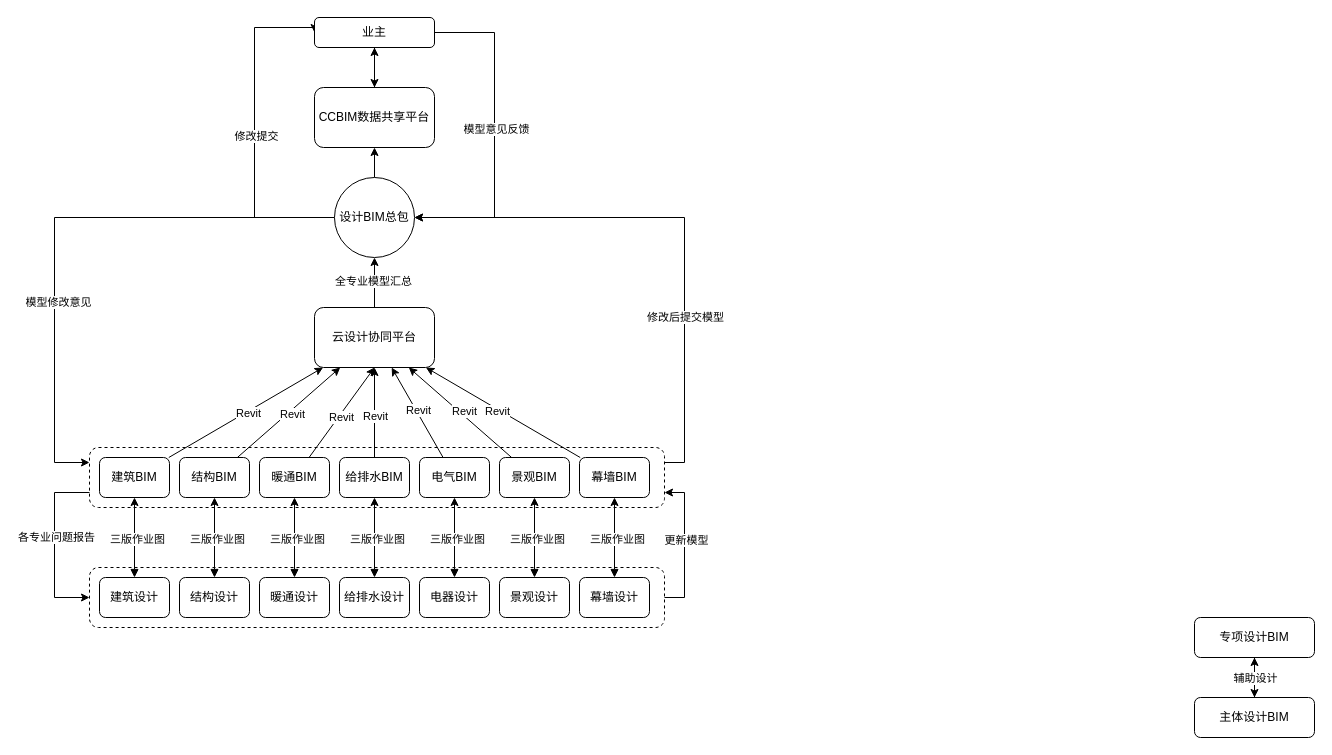
gaochaowyq/MinderGraph keeps this draw.io diagram as BIM总包.drawio. Above is the earlier version. Source tidied: cells renumbered, new cells numbered last; positions are measured from the earlier drawing's top-left corner, leaving out a move shared by most shapes. Both pictures are drawn from the tidied source at 100%, with x=0, y=0 at pixel (54, 17).
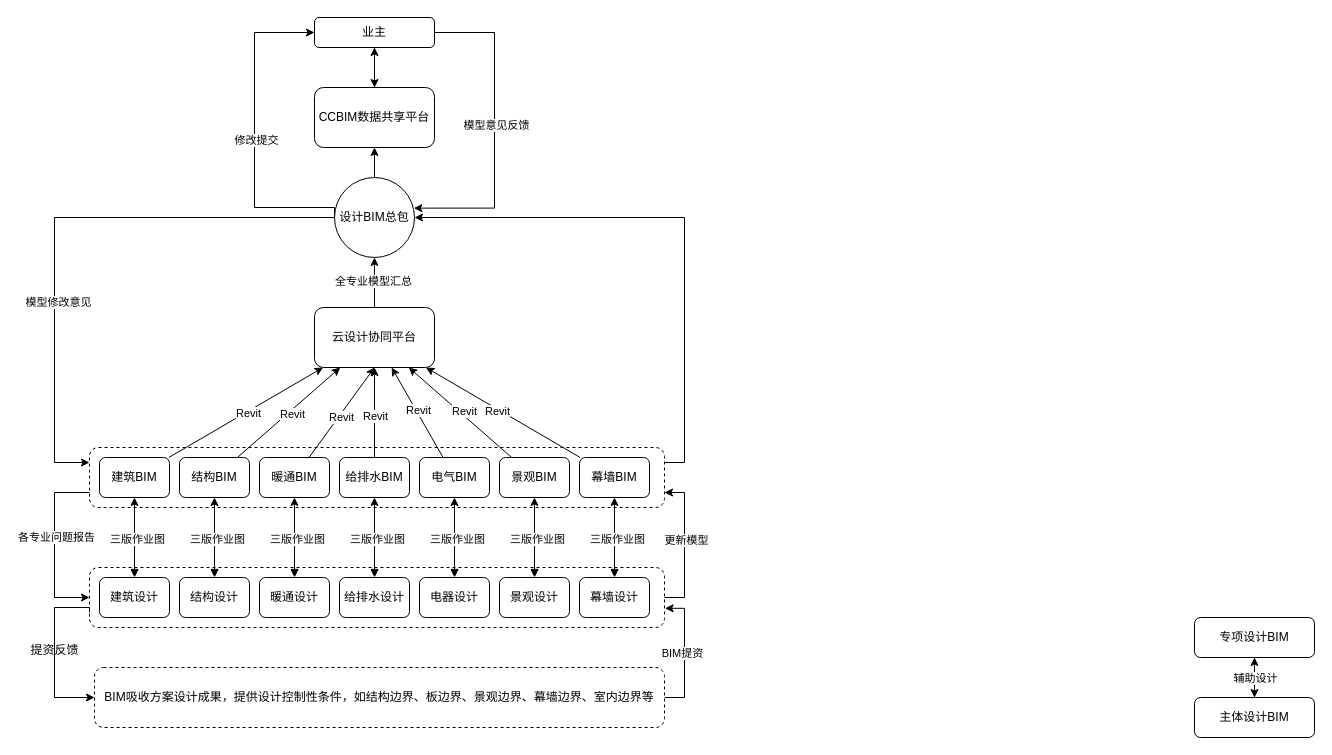
After the change.

Unchanged cells that the change refers to:
```xml
<mxCell id="7" value="设计BIM总包" style="ellipse;whiteSpace=wrap;html=1;" parent="1" vertex="1">
  <mxGeometry x="280" y="160" width="80" height="80" as="geometry" />
</mxCell>
<mxCell id="16" value="业主" style="rounded=1;whiteSpace=wrap;html=1;" parent="1" vertex="1">
  <mxGeometry x="260" width="120" height="30" as="geometry" />
</mxCell>
<mxCell id="66" style="edgeStyle=orthogonalEdgeStyle;rounded=0;jettySize=auto;html=1;entryX=1;entryY=0.5;entryDx=0;entryDy=0;exitX=1;exitY=0.25;exitDx=0;exitDy=0;" parent="1" edge="1" source="68" target="7">
  <mxGeometry relative="1" as="geometry" />
</mxCell>
<mxCell id="71" style="rounded=1;whiteSpace=wrap;html=1;fillColor=none;dashed=1;" parent="1" vertex="1">
  <mxGeometry x="35" y="550" width="575" height="60" as="geometry" />
</mxCell>
```

What changed in the source:
```diff
@@
     <mxCell id="5" style="edgeStyle=orthogonalEdgeStyle;rounded=0;jettySize=auto;html=1;entryX=0;entryY=0.5;entryDx=0;entryDy=0;exitX=0;exitY=0.5;exitDx=0;exitDy=0;" parent="1" edge="1" source="7" target="16">
       <mxGeometry relative="1" as="geometry">
         <Array as="points">
-          <mxPoint x="200" y="200" />
-          <mxPoint x="200" y="10" />
+          <mxPoint x="200" y="190" />
+          <mxPoint x="200" y="15" />
         </Array>
       </mxGeometry>
     </mxCell>
@@
-    <mxCell id="13" style="edgeStyle=orthogonalEdgeStyle;rounded=0;jettySize=auto;html=1;entryX=1;entryY=0.5;entryDx=0;entryDy=0;exitX=1;exitY=0.5;exitDx=0;exitDy=0;" parent="1" edge="1" source="16" target="7">
+    <mxCell id="13" style="edgeStyle=orthogonalEdgeStyle;rounded=0;jettySize=auto;html=1;entryX=0.992;entryY=0.383;entryDx=0;entryDy=0;exitX=1;exitY=0.5;exitDx=0;exitDy=0;entryPerimeter=0;" parent="1" edge="1" source="16" target="7">
       <mxGeometry relative="1" as="geometry">
         <Array as="points">
           <mxPoint x="440" y="15" />
-          <mxPoint x="440" y="200" />
+          <mxPoint x="440" y="190" />
+          <mxPoint x="359" y="190" />
         </Array>
       </mxGeometry>
     </mxCell>
@@
-    <mxCell id="67" value="修改后提交模型" style="edgeLabel;html=1;align=center;verticalAlign=middle;" parent="66" vertex="1">
-      <mxGeometry x="-0.38" relative="1" as="geometry" />
-    </mxCell>
@@
+    <mxCell id="72" style="edgeStyle=orthogonalEdgeStyle;rounded=0;jettySize=auto;html=1;entryX=0;entryY=0.5;entryDx=0;entryDy=0;exitX=0;exitY=0.75;exitDx=0;exitDy=0;" parent="1" edge="1" source="71" target="75">
+      <mxGeometry relative="1" as="geometry">
+        <Array as="points">
+          <mxPoint x="35" y="590" />
+          <mxPoint y="590" />
+          <mxPoint y="680" />
+        </Array>
+      </mxGeometry>
+    </mxCell>
@@
+    <mxCell id="73" style="edgeStyle=orthogonalEdgeStyle;rounded=0;jettySize=auto;html=1;entryX=1.001;entryY=0.68;entryDx=0;entryDy=0;exitX=1;exitY=0.5;exitDx=0;exitDy=0;entryPerimeter=0;" parent="1" edge="1" source="75" target="71">
+      <mxGeometry relative="1" as="geometry" />
+    </mxCell>
+    <mxCell id="74" value="BIM提资" style="edgeLabel;html=1;align=center;verticalAlign=middle;" parent="73" vertex="1">
+      <mxGeometry x="0.01" y="3" relative="1" as="geometry" />
+    </mxCell>
+    <mxCell id="75" value="BIM吸收方案设计成果，提供设计控制性条件，如结构边界、板边界、景观边界、幕墙边界、室内边界等" style="rounded=1;whiteSpace=wrap;html=1;dashed=1;" parent="1" vertex="1">
+      <mxGeometry x="40" y="650" width="570" height="60" as="geometry" />
+    </mxCell>
+    <mxCell id="76" value="提资反馈" style="text;html=1;align=center;verticalAlign=middle;strokeColor=none;fillColor=none;" parent="1" vertex="1">
+      <mxGeometry x="-35" y="618" width="70" height="30" as="geometry" />
+    </mxCell>
```
